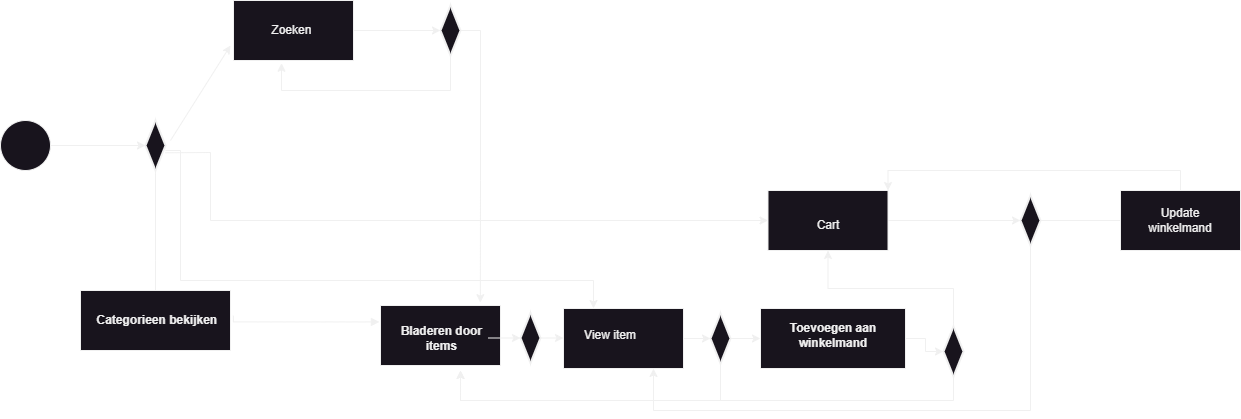
Earlier version of the draw.io export drawio/activityDiagram/activityDiagram.drawio.png (Naraquoth/nerdygadgets). Source tidied: cells renumbered, new cells last; positions are measured from the earlier drawing's top-left corner, leaving out a move shared by most shapes. The source it was exported from:
```xml
<mxGraphModel>
  <root>
    <mxCell id="0" />
    <mxCell id="1" parent="0" />
    <mxCell id="2" style="edgeStyle=orthogonalEdgeStyle;rounded=0;jettySize=auto;html=1;" parent="1" edge="1" source="13" target="8">
      <mxGeometry relative="1" as="geometry">
        <Array as="points">
          <mxPoint x="155" y="260" />
          <mxPoint x="155" y="260" />
        </Array>
      </mxGeometry>
    </mxCell>
    <mxCell id="3" style="ellipse;whiteSpace=wrap;html=1;" parent="1" vertex="1">
      <mxGeometry y="120" width="50" height="50" as="geometry" />
    </mxCell>
    <mxCell id="4" style="endArrow=block;endFill=1;html=1;edgeStyle=orthogonalEdgeStyle;align=left;verticalAlign=top;rounded=0;entryX=-0.009;entryY=0.274;entryDx=0;entryDy=0;entryPerimeter=0;exitX=0.999;exitY=0.338;exitDx=0;exitDy=0;exitPerimeter=0;" parent="1" edge="1" source="8" target="5">
      <mxGeometry x="-1" relative="1" as="geometry">
        <Array as="points">
          <mxPoint x="233" y="321" />
        </Array>
      </mxGeometry>
    </mxCell>
    <mxCell id="5" style="verticalLabelPosition=bottom;verticalAlign=middle;html=1;shape=mxgraph.basic.rect;fillColor2=none;strokeWidth=1;size=20;indent=5;align=left;" parent="1" vertex="1">
      <mxGeometry x="380" y="305" width="120" height="60" as="geometry" />
    </mxCell>
    <mxCell id="6" value="&lt;b&gt;Bladeren door&amp;nbsp; items&amp;nbsp;&lt;/b&gt;" style="text;html=1;strokeColor=none;fillColor=none;align=center;verticalAlign=middle;whiteSpace=wrap;rounded=0;" parent="1" vertex="1">
      <mxGeometry x="398" y="322.5" width="90" height="30" as="geometry" />
    </mxCell>
    <mxCell id="7" style="verticalLabelPosition=bottom;verticalAlign=middle;html=1;shape=mxgraph.basic.rect;fillColor2=none;strokeWidth=1;size=20;indent=5;align=left;" parent="1" vertex="1">
      <mxGeometry x="80" y="290" width="150" height="60" as="geometry" />
    </mxCell>
    <mxCell id="8" value="&lt;b&gt;Categorieen bekijken&amp;nbsp;&lt;/b&gt;" style="text;html=1;align=center;verticalAlign=middle;points=[];strokeColor=none;fillColor=none;" parent="1" vertex="1">
      <mxGeometry x="83" y="305" width="150" height="30" as="geometry" />
    </mxCell>
    <mxCell id="9" style="rounded=0;whiteSpace=wrap;html=1;" parent="1" vertex="1">
      <mxGeometry x="760" y="308" width="145" height="60" as="geometry" />
    </mxCell>
    <mxCell id="10" value="&lt;b style=&quot;&quot;&gt;Toevoegen aan winkelmand&lt;/b&gt;" style="text;html=1;strokeColor=none;fillColor=none;align=center;verticalAlign=middle;whiteSpace=wrap;rounded=0;" parent="1" vertex="1">
      <mxGeometry x="777.5" y="320" width="110" height="30" as="geometry" />
    </mxCell>
    <mxCell id="11" style="edgeStyle=orthogonalEdgeStyle;rounded=0;jettySize=auto;html=1;" parent="1" edge="1" source="3" target="13">
      <mxGeometry relative="1" as="geometry" />
    </mxCell>
    <mxCell id="12" style="edgeStyle=orthogonalEdgeStyle;rounded=0;jettySize=auto;html=1;entryX=0.25;entryY=0;entryDx=0;entryDy=0;" parent="1" edge="1" source="13" target="21">
      <mxGeometry relative="1" as="geometry">
        <Array as="points">
          <mxPoint x="180" y="150" />
          <mxPoint x="180" y="280" />
          <mxPoint x="593" y="280" />
        </Array>
      </mxGeometry>
    </mxCell>
    <mxCell id="13" style="strokeWidth=2;html=1;shape=mxgraph.flowchart.decision;whiteSpace=wrap;" parent="1" vertex="1">
      <mxGeometry x="145" y="120" width="20" height="50" as="geometry" />
    </mxCell>
    <mxCell id="14" style="rounded=0;whiteSpace=wrap;html=1;" parent="1" vertex="1">
      <mxGeometry x="233" width="120" height="60" as="geometry" />
    </mxCell>
    <mxCell id="15" value="Zoeken&amp;nbsp;" style="text;html=1;strokeColor=none;fillColor=none;align=center;verticalAlign=middle;whiteSpace=wrap;rounded=0;" parent="1" vertex="1">
      <mxGeometry x="263" y="15" width="60" height="30" as="geometry" />
    </mxCell>
    <mxCell id="16" style="edgeStyle=orthogonalEdgeStyle;rounded=0;jettySize=auto;html=1;" parent="1" edge="1" source="17" target="36">
      <mxGeometry relative="1" as="geometry" />
    </mxCell>
    <mxCell id="17" style="rounded=0;whiteSpace=wrap;html=1;" parent="1" vertex="1">
      <mxGeometry x="767.5" y="190" width="120" height="60" as="geometry" />
    </mxCell>
    <mxCell id="18" value="Cart" style="text;html=1;strokeColor=none;fillColor=none;align=center;verticalAlign=middle;whiteSpace=wrap;rounded=0;" parent="1" vertex="1">
      <mxGeometry x="797.5" y="210" width="60" height="30" as="geometry" />
    </mxCell>
    <mxCell id="19" style="endArrow=classic;html=1;rounded=0;entryX=0;entryY=0.5;entryDx=0;entryDy=0;exitX=0.992;exitY=0.646;exitDx=0;exitDy=0;exitPerimeter=0;" parent="1" edge="1" source="13" target="17">
      <mxGeometry relative="1" as="geometry">
        <Array as="points">
          <mxPoint x="210" y="152" />
          <mxPoint x="210" y="220" />
        </Array>
      </mxGeometry>
    </mxCell>
    <mxCell id="20" style="endArrow=classic;html=1;rounded=0;entryX=0;entryY=0.5;entryDx=0;entryDy=0;" parent="1" edge="1">
      <mxGeometry relative="1" as="geometry">
        <mxPoint x="170" y="140" as="sourcePoint" />
        <mxPoint x="230" y="45" as="targetPoint" />
      </mxGeometry>
    </mxCell>
    <mxCell id="21" style="rounded=0;whiteSpace=wrap;html=1;" parent="1" vertex="1">
      <mxGeometry x="563" y="308" width="120" height="60" as="geometry" />
    </mxCell>
    <mxCell id="22" value="View item" style="text;html=1;strokeColor=none;fillColor=none;align=center;verticalAlign=middle;whiteSpace=wrap;rounded=0;" parent="1" vertex="1">
      <mxGeometry x="580" y="320" width="60" height="30" as="geometry" />
    </mxCell>
    <mxCell id="23" style="edgeStyle=orthogonalEdgeStyle;rounded=0;jettySize=auto;html=1;exitX=1;exitY=0.5;exitDx=0;exitDy=0;exitPerimeter=0;entryX=0;entryY=0.5;entryDx=0;entryDy=0;" parent="1" edge="1" source="24" target="21">
      <mxGeometry relative="1" as="geometry" />
    </mxCell>
    <mxCell id="24" style="strokeWidth=2;html=1;shape=mxgraph.flowchart.decision;whiteSpace=wrap;" parent="1" vertex="1">
      <mxGeometry x="520" y="312.5" width="20" height="50" as="geometry" />
    </mxCell>
    <mxCell id="25" style="edgeStyle=orthogonalEdgeStyle;rounded=0;jettySize=auto;html=1;" parent="1" edge="1" source="21" target="27">
      <mxGeometry relative="1" as="geometry" />
    </mxCell>
    <mxCell id="26" style="edgeStyle=orthogonalEdgeStyle;rounded=0;jettySize=auto;html=1;exitX=1;exitY=0.5;exitDx=0;exitDy=0;exitPerimeter=0;entryX=0;entryY=0.5;entryDx=0;entryDy=0;" parent="1" edge="1" source="27" target="9">
      <mxGeometry relative="1" as="geometry" />
    </mxCell>
    <mxCell id="27" style="strokeWidth=2;html=1;shape=mxgraph.flowchart.decision;whiteSpace=wrap;" parent="1" vertex="1">
      <mxGeometry x="710" y="313" width="20" height="50" as="geometry" />
    </mxCell>
    <mxCell id="28" style="endArrow=classic;html=1;rounded=0;exitX=0.5;exitY=1;exitDx=0;exitDy=0;exitPerimeter=0;" parent="1" edge="1" source="27">
      <mxGeometry relative="1" as="geometry">
        <mxPoint x="460" y="370" as="targetPoint" />
        <Array as="points">
          <mxPoint x="720" y="400" />
          <mxPoint x="460" y="400" />
        </Array>
      </mxGeometry>
    </mxCell>
    <mxCell id="29" style="edgeStyle=orthogonalEdgeStyle;rounded=0;jettySize=auto;html=1;exitX=1;exitY=0.5;exitDx=0;exitDy=0;entryX=0;entryY=0.5;entryDx=0;entryDy=0;entryPerimeter=0;" parent="1" edge="1" source="6" target="24">
      <mxGeometry relative="1" as="geometry" />
    </mxCell>
    <mxCell id="30" style="edgeStyle=orthogonalEdgeStyle;rounded=0;jettySize=auto;html=1;exitX=0.5;exitY=0;exitDx=0;exitDy=0;exitPerimeter=0;entryX=0.5;entryY=1;entryDx=0;entryDy=0;" parent="1" edge="1" source="31" target="17">
      <mxGeometry relative="1" as="geometry" />
    </mxCell>
    <mxCell id="31" style="strokeWidth=2;html=1;shape=mxgraph.flowchart.decision;whiteSpace=wrap;" parent="1" vertex="1">
      <mxGeometry x="943" y="326" width="20" height="50" as="geometry" />
    </mxCell>
    <mxCell id="32" style="edgeStyle=orthogonalEdgeStyle;rounded=0;jettySize=auto;html=1;exitX=1;exitY=0.5;exitDx=0;exitDy=0;entryX=0;entryY=0.5;entryDx=0;entryDy=0;entryPerimeter=0;" parent="1" edge="1" source="9" target="31">
      <mxGeometry relative="1" as="geometry" />
    </mxCell>
    <mxCell id="33" style="edgeStyle=orthogonalEdgeStyle;rounded=0;jettySize=auto;html=1;exitX=0.5;exitY=1;exitDx=0;exitDy=0;exitPerimeter=0;entryX=0.667;entryY=1.083;entryDx=0;entryDy=0;entryPerimeter=0;" parent="1" edge="1" source="31" target="5">
      <mxGeometry relative="1" as="geometry">
        <Array as="points">
          <mxPoint x="953" y="400" />
          <mxPoint x="460" y="400" />
        </Array>
      </mxGeometry>
    </mxCell>
    <mxCell id="34" style="edgeStyle=orthogonalEdgeStyle;rounded=0;jettySize=auto;html=1;entryX=0.75;entryY=1;entryDx=0;entryDy=0;" parent="1" edge="1" source="36" target="21">
      <mxGeometry relative="1" as="geometry">
        <Array as="points">
          <mxPoint x="1030" y="410" />
          <mxPoint x="653" y="410" />
        </Array>
      </mxGeometry>
    </mxCell>
    <mxCell id="35" style="edgeStyle=orthogonalEdgeStyle;rounded=0;jettySize=auto;html=1;" parent="1" edge="1" source="36" target="39">
      <mxGeometry relative="1" as="geometry" />
    </mxCell>
    <mxCell id="36" style="strokeWidth=2;html=1;shape=mxgraph.flowchart.decision;whiteSpace=wrap;" parent="1" vertex="1">
      <mxGeometry x="1020" y="195" width="20" height="50" as="geometry" />
    </mxCell>
    <mxCell id="37" style="edgeStyle=orthogonalEdgeStyle;rounded=0;jettySize=auto;html=1;exitX=0.5;exitY=0;exitDx=0;exitDy=0;entryX=1;entryY=0;entryDx=0;entryDy=0;" parent="1" edge="1" source="38" target="17">
      <mxGeometry relative="1" as="geometry" />
    </mxCell>
    <mxCell id="38" style="rounded=0;whiteSpace=wrap;html=1;" parent="1" vertex="1">
      <mxGeometry x="1120" y="190" width="120" height="60" as="geometry" />
    </mxCell>
    <mxCell id="39" value="Update winkelmand" style="text;html=1;strokeColor=none;fillColor=none;align=center;verticalAlign=middle;whiteSpace=wrap;rounded=0;" parent="1" vertex="1">
      <mxGeometry x="1150" y="205" width="60" height="30" as="geometry" />
    </mxCell>
    <mxCell id="40" style="strokeWidth=2;html=1;shape=mxgraph.flowchart.decision;whiteSpace=wrap;" parent="1" vertex="1">
      <mxGeometry x="440" y="5" width="20" height="50" as="geometry" />
    </mxCell>
    <mxCell id="41" style="edgeStyle=orthogonalEdgeStyle;rounded=0;jettySize=auto;html=1;exitX=1;exitY=0.5;exitDx=0;exitDy=0;entryX=0;entryY=0.5;entryDx=0;entryDy=0;entryPerimeter=0;" parent="1" edge="1" source="14" target="40">
      <mxGeometry relative="1" as="geometry" />
    </mxCell>
    <mxCell id="42" style="edgeStyle=orthogonalEdgeStyle;rounded=0;jettySize=auto;html=1;exitX=1;exitY=0.5;exitDx=0;exitDy=0;exitPerimeter=0;entryX=0.832;entryY=-0.048;entryDx=0;entryDy=0;entryPerimeter=0;" parent="1" edge="1" source="40" target="5">
      <mxGeometry relative="1" as="geometry" />
    </mxCell>
    <mxCell id="43" style="edgeStyle=orthogonalEdgeStyle;rounded=0;jettySize=auto;html=1;exitX=0.5;exitY=1;exitDx=0;exitDy=0;exitPerimeter=0;entryX=0.4;entryY=1.046;entryDx=0;entryDy=0;entryPerimeter=0;" parent="1" edge="1" source="40" target="14">
      <mxGeometry relative="1" as="geometry">
        <Array as="points">
          <mxPoint x="450" y="90" />
          <mxPoint x="281" y="90" />
        </Array>
      </mxGeometry>
    </mxCell>
  </root>
</mxGraphModel>
```
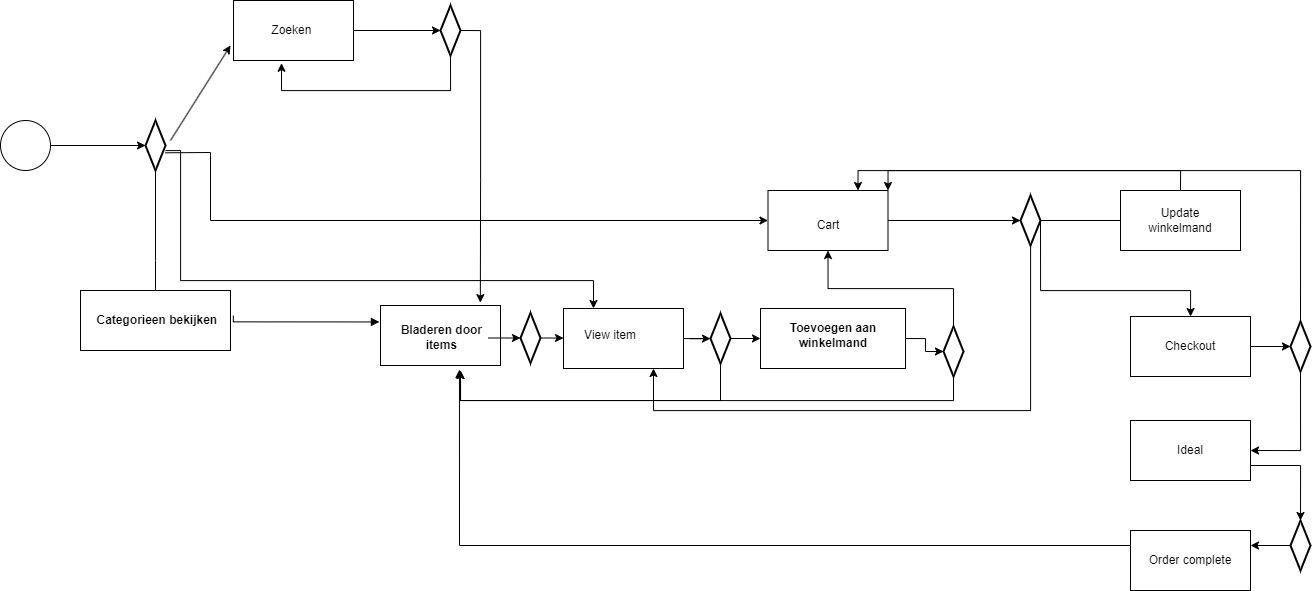
Above is the later version.

Commit message:
Change activity diagram

Diff of the diagram source:
```diff
@@ -143,6 +143,14 @@
     <mxCell id="35" style="edgeStyle=orthogonalEdgeStyle;rounded=0;jettySize=auto;html=1;" parent="1" edge="1" source="36" target="39">
       <mxGeometry relative="1" as="geometry" />
     </mxCell>
+    <mxCell id="44" style="edgeStyle=orthogonalEdgeStyle;rounded=0;jettySize=auto;html=1;exitX=1;exitY=0.5;exitDx=0;exitDy=0;exitPerimeter=0;" parent="1" edge="1" source="36" target="46">
+      <mxGeometry relative="1" as="geometry">
+        <Array as="points">
+          <mxPoint x="1040" y="290" />
+          <mxPoint x="1190" y="290" />
+        </Array>
+      </mxGeometry>
+    </mxCell>
     <mxCell id="36" style="strokeWidth=2;html=1;shape=mxgraph.flowchart.decision;whiteSpace=wrap;" parent="1" vertex="1">
       <mxGeometry x="1020" y="195" width="20" height="50" as="geometry" />
     </mxCell>
@@ -172,5 +180,38 @@
         </Array>
       </mxGeometry>
     </mxCell>
+    <mxCell id="45" style="edgeStyle=orthogonalEdgeStyle;rounded=0;jettySize=auto;html=1;entryX=0;entryY=0.5;entryDx=0;entryDy=0;entryPerimeter=0;" parent="1" edge="1" source="46" target="50">
+      <mxGeometry relative="1" as="geometry" />
+    </mxCell>
+    <mxCell id="46" value="Checkout" style="rounded=0;whiteSpace=wrap;html=1;" parent="1" vertex="1">
+      <mxGeometry x="1130" y="316" width="120" height="60" as="geometry" />
+    </mxCell>
+    <mxCell id="47" value="Ideal" style="rounded=0;whiteSpace=wrap;html=1;" parent="1" vertex="1">
+      <mxGeometry x="1130" y="420" width="120" height="60" as="geometry" />
+    </mxCell>
+    <mxCell id="48" style="edgeStyle=orthogonalEdgeStyle;rounded=0;jettySize=auto;html=1;exitX=0.5;exitY=0;exitDx=0;exitDy=0;exitPerimeter=0;entryX=0.75;entryY=0;entryDx=0;entryDy=0;" parent="1" edge="1" source="50" target="17">
+      <mxGeometry relative="1" as="geometry" />
+    </mxCell>
+    <mxCell id="49" style="edgeStyle=orthogonalEdgeStyle;rounded=0;jettySize=auto;html=1;exitX=0.5;exitY=1;exitDx=0;exitDy=0;exitPerimeter=0;entryX=1;entryY=0.5;entryDx=0;entryDy=0;" parent="1" edge="1" source="50" target="47">
+      <mxGeometry relative="1" as="geometry" />
+    </mxCell>
+    <mxCell id="50" style="strokeWidth=2;html=1;shape=mxgraph.flowchart.decision;whiteSpace=wrap;" parent="1" vertex="1">
+      <mxGeometry x="1290" y="321" width="20" height="50" as="geometry" />
+    </mxCell>
+    <mxCell id="51" value="Order complete" style="rounded=0;whiteSpace=wrap;html=1;" parent="1" vertex="1">
+      <mxGeometry x="1130" y="530" width="120" height="60" as="geometry" />
+    </mxCell>
+    <mxCell id="52" style="edgeStyle=orthogonalEdgeStyle;rounded=0;jettySize=auto;html=1;exitX=0;exitY=0.5;exitDx=0;exitDy=0;exitPerimeter=0;entryX=1;entryY=0.25;entryDx=0;entryDy=0;" parent="1" edge="1" source="53" target="51">
+      <mxGeometry relative="1" as="geometry" />
+    </mxCell>
+    <mxCell id="53" style="strokeWidth=2;html=1;shape=mxgraph.flowchart.decision;whiteSpace=wrap;" parent="1" vertex="1">
+      <mxGeometry x="1290" y="520" width="20" height="50" as="geometry" />
+    </mxCell>
+    <mxCell id="54" style="edgeStyle=orthogonalEdgeStyle;rounded=0;jettySize=auto;html=1;exitX=1;exitY=0.75;exitDx=0;exitDy=0;entryX=0.5;entryY=0;entryDx=0;entryDy=0;entryPerimeter=0;" parent="1" edge="1" source="47" target="53">
+      <mxGeometry relative="1" as="geometry" />
+    </mxCell>
+    <mxCell id="55" style="edgeStyle=orthogonalEdgeStyle;rounded=0;jettySize=auto;html=1;exitX=0;exitY=0.25;exitDx=0;exitDy=0;entryX=0.658;entryY=1.067;entryDx=0;entryDy=0;entryPerimeter=0;" parent="1" edge="1" source="51" target="5">
+      <mxGeometry relative="1" as="geometry" />
+    </mxCell>
   </root>
 </mxGraphModel>
```
